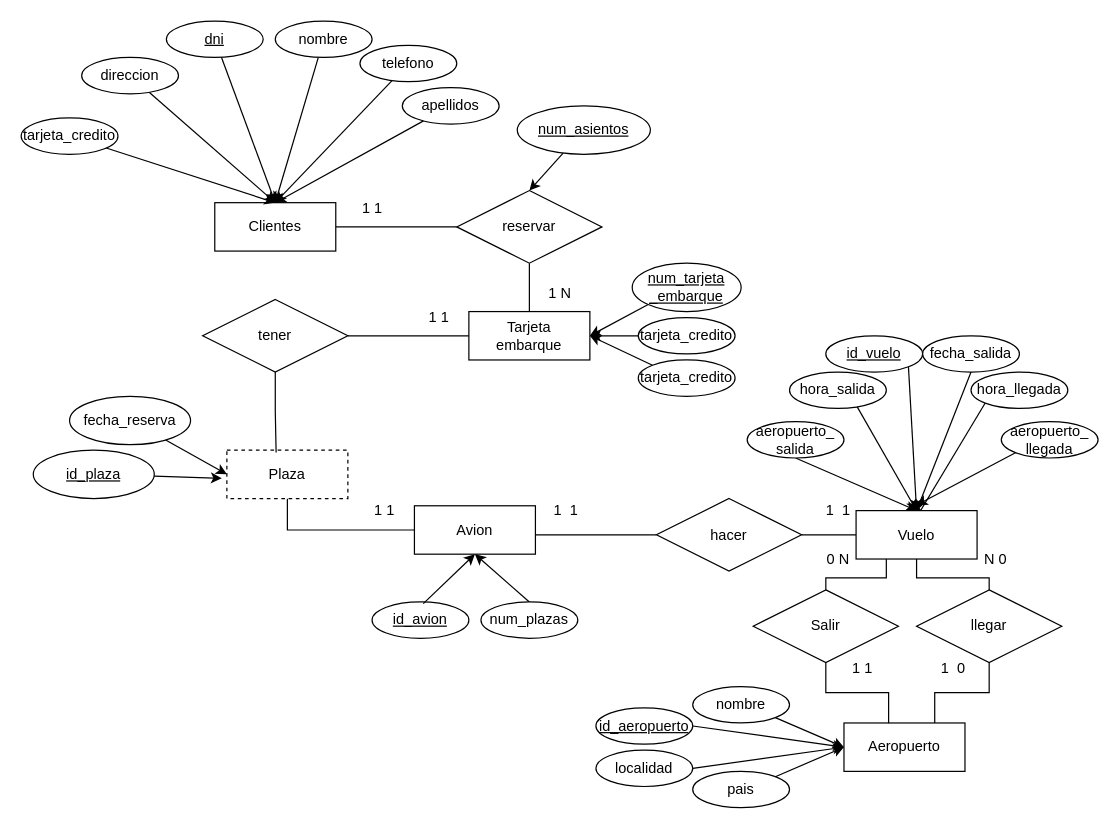
adriii28/amr-tsys-C3U12-11102023 keeps this draw.io diagram as ej8.drawio. Above is the earlier version. Source tidied: cells renumbered, new cells numbered last; positions are measured from the earlier drawing's top-left corner, leaving out a move shared by most shapes. Both pictures are drawn from the tidied source at 121%, with x=0, y=0 at pixel (21, 21).
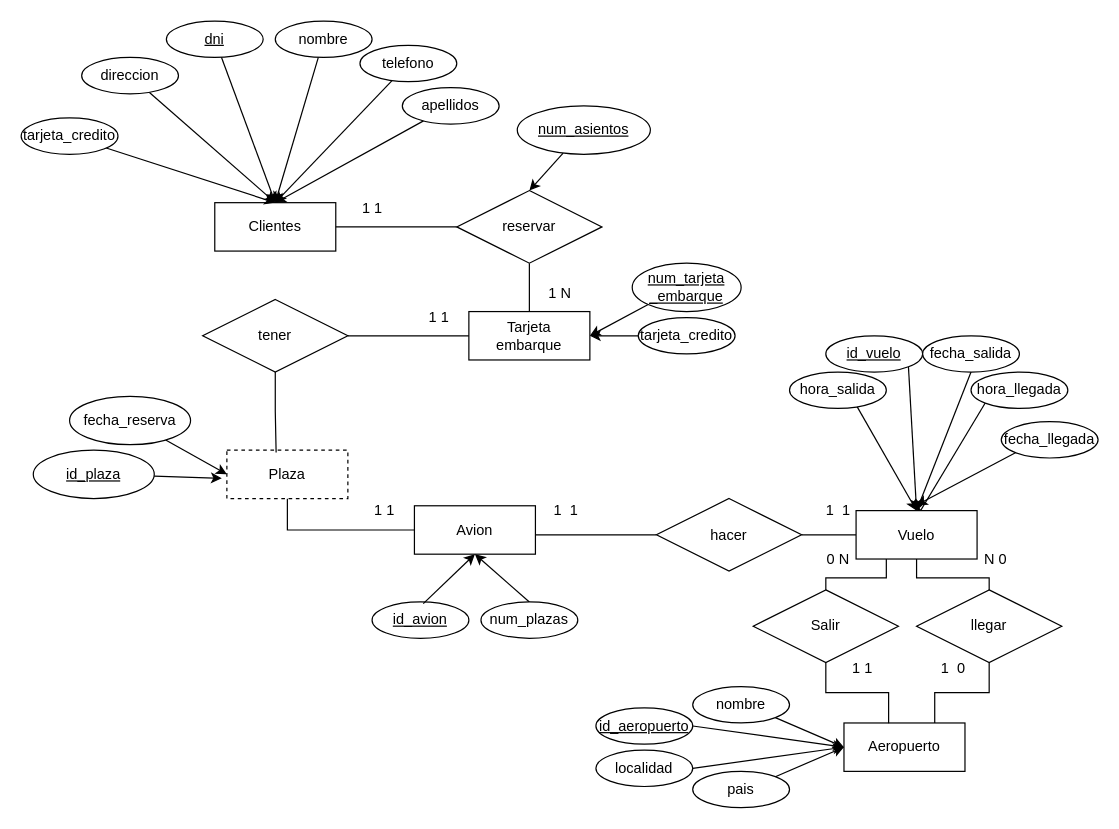
The same page after the edit.

The change refers to these unchanged cells:
```xml
<mxCell id="3" value="Tarjeta &lt;br&gt;embarque" style="whiteSpace=wrap;html=1;align=center;" parent="1" vertex="1">
  <mxGeometry x="370" y="240" width="100" height="40" as="geometry" />
</mxCell>
<mxCell id="65" value="Vuelo" style="whiteSpace=wrap;html=1;align=center;" parent="1" vertex="1">
  <mxGeometry x="690" y="404.5" width="100" height="40" as="geometry" />
</mxCell>
```

The edit, as a diff of the source:
```diff
@@
-    <mxCell id="26" value="tarjeta_credito" style="ellipse;whiteSpace=wrap;html=1;align=center;" parent="1" vertex="1">
-      <mxGeometry x="510" y="280" width="80" height="30" as="geometry" />
-    </mxCell>
@@
-    <mxCell id="47" style="rounded=0;jettySize=auto;html=1;exitX=0.5;exitY=1;exitDx=0;exitDy=0;entryX=0.5;entryY=0;entryDx=0;entryDy=0;" parent="1" edge="1" source="48" target="65">
-      <mxGeometry relative="1" as="geometry" />
-    </mxCell>
-    <mxCell id="48" value="aeropuerto_&lt;br&gt;salida" style="ellipse;whiteSpace=wrap;html=1;align=center;fontStyle=0;" parent="1" vertex="1">
-      <mxGeometry x="600" y="331" width="80" height="30" as="geometry" />
-    </mxCell>
@@
-    <mxCell id="50" value="aeropuerto_&lt;br&gt;llegada" style="ellipse;whiteSpace=wrap;html=1;align=center;" parent="1" vertex="1">
+    <mxCell id="50" value="fecha_llegada" style="ellipse;whiteSpace=wrap;html=1;align=center;" parent="1" vertex="1">
       <mxGeometry x="810" y="331" width="80" height="30" as="geometry" />
     </mxCell>
@@
-    <mxCell id="71" style="rounded=0;jettySize=auto;html=1;exitX=0;exitY=0;exitDx=0;exitDy=0;entryX=1;entryY=0.5;entryDx=0;entryDy=0;" parent="1" edge="1" source="26" target="3">
-      <mxGeometry relative="1" as="geometry" />
-    </mxCell>
```
